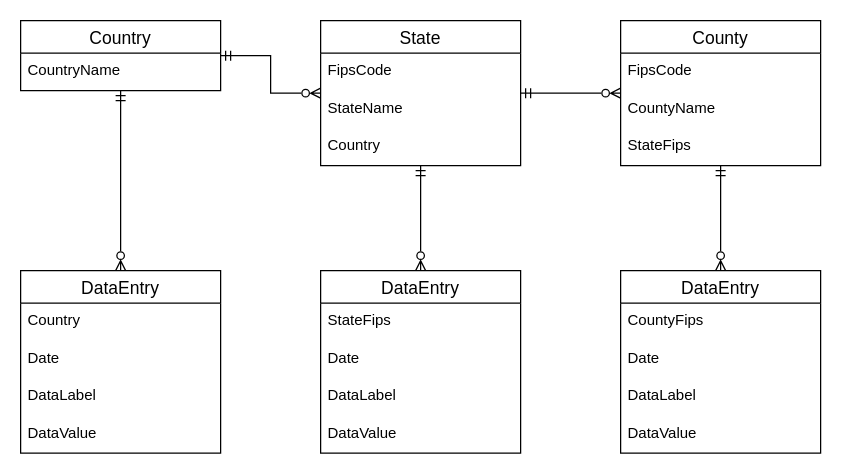
Above: diagrams/ER-Diagram.drawio in khal08/447T6Project (draw.io), before the change. Source tidied: cells renumbered, new cells numbered last; positions are measured from the earlier drawing's top-left corner, leaving out a move shared by most shapes. Both pictures are drawn from the tidied source at 125%, with x=0, y=0 at pixel (20, 20).
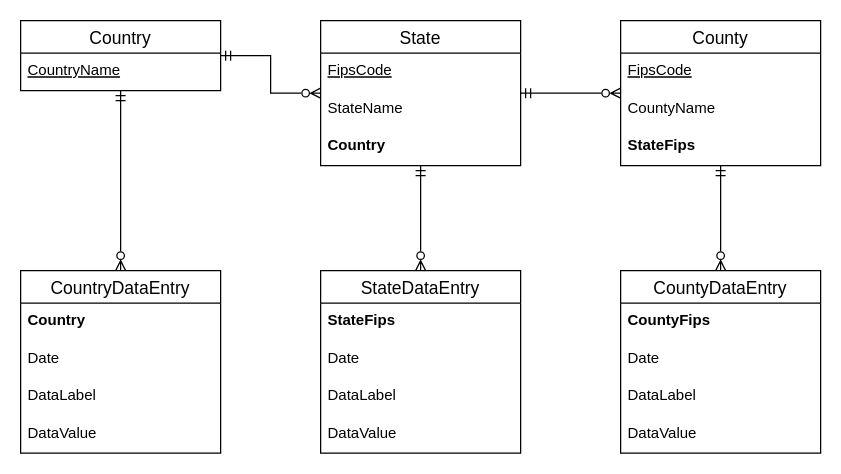
The same page after the edit.

Commit message (it also covers changes not shown here):
Updated ER diagram according to feedback from TA

Unchanged cells that the change refers to:
```xml
<mxCell id="4" value="Country" style="swimlane;fontStyle=0;horizontal=1;startSize=26;align=center;fontSize=14;" parent="1" vertex="1">
  <mxGeometry width="160" height="56" as="geometry" />
</mxCell>
<mxCell id="8" value="State" style="swimlane;fontStyle=0;horizontal=1;startSize=26;align=center;fontSize=14;" parent="1" vertex="1">
  <mxGeometry x="240" width="160" height="116" as="geometry" />
</mxCell>
<mxCell id="13" value="County" style="swimlane;fontStyle=0;horizontal=1;startSize=26;align=center;fontSize=14;" parent="1" vertex="1">
  <mxGeometry x="480" width="160" height="116" as="geometry" />
</mxCell>
```

What changed in the source:
```diff
@@
-    <mxCell id="5" value="CountryName" style="text;strokeColor=none;fillColor=none;spacingLeft=4;spacingRight=4;overflow=hidden;fontSize=12;" parent="4" vertex="1">
+    <mxCell id="5" value="CountryName" style="text;strokeColor=none;fillColor=none;spacingLeft=4;spacingRight=4;overflow=hidden;fontSize=12;fontStyle=4;" parent="4" vertex="1">
       <mxGeometry y="26" width="160" height="30" as="geometry" />
     </mxCell>
@@
-    <mxCell id="9" value="FipsCode" style="text;strokeColor=none;fillColor=none;spacingLeft=4;spacingRight=4;overflow=hidden;fontSize=12;" parent="8" vertex="1">
+    <mxCell id="9" value="FipsCode" style="text;strokeColor=none;fillColor=none;spacingLeft=4;spacingRight=4;overflow=hidden;fontSize=12;fontStyle=4;" parent="8" vertex="1">
       <mxGeometry y="26" width="160" height="30" as="geometry" />
     </mxCell>
@@
-    <mxCell id="11" value="Country" style="text;strokeColor=none;fillColor=none;spacingLeft=4;spacingRight=4;overflow=hidden;fontSize=12;" parent="8" vertex="1">
+    <mxCell id="11" value="Country" style="text;strokeColor=none;fillColor=none;spacingLeft=4;spacingRight=4;overflow=hidden;fontSize=12;fontStyle=1;" parent="8" vertex="1">
       <mxGeometry y="86" width="160" height="30" as="geometry" />
     </mxCell>
@@
-    <mxCell id="14" value="FipsCode" style="text;strokeColor=none;fillColor=none;spacingLeft=4;spacingRight=4;overflow=hidden;fontSize=12;" parent="13" vertex="1">
+    <mxCell id="14" value="FipsCode" style="text;strokeColor=none;fillColor=none;spacingLeft=4;spacingRight=4;overflow=hidden;fontSize=12;fontStyle=4;" parent="13" vertex="1">
       <mxGeometry y="26" width="160" height="30" as="geometry" />
     </mxCell>
@@
-    <mxCell id="16" value="StateFips" style="text;strokeColor=none;fillColor=none;spacingLeft=4;spacingRight=4;overflow=hidden;fontSize=12;" parent="13" vertex="1">
+    <mxCell id="16" value="StateFips" style="text;strokeColor=none;fillColor=none;spacingLeft=4;spacingRight=4;overflow=hidden;fontSize=12;fontStyle=1;" parent="13" vertex="1">
       <mxGeometry y="86" width="160" height="30" as="geometry" />
     </mxCell>
-    <mxCell id="17" value="DataEntry" style="swimlane;fontStyle=0;horizontal=1;startSize=26;align=center;fontSize=14;" parent="1" vertex="1">
+    <mxCell id="17" value="CountryDataEntry" style="swimlane;fontStyle=0;horizontal=1;startSize=26;align=center;fontSize=14;" parent="1" vertex="1">
       <mxGeometry y="200" width="160" height="146" as="geometry" />
     </mxCell>
-    <mxCell id="18" value="Country" style="text;strokeColor=none;fillColor=none;spacingLeft=4;spacingRight=4;overflow=hidden;fontSize=12;" parent="17" vertex="1">
+    <mxCell id="18" value="Country" style="text;strokeColor=none;fillColor=none;spacingLeft=4;spacingRight=4;overflow=hidden;fontSize=12;fontStyle=1;" parent="17" vertex="1">
       <mxGeometry y="26" width="160" height="30" as="geometry" />
     </mxCell>
@@
-    <mxCell id="22" value="DataEntry" style="swimlane;fontStyle=0;horizontal=1;startSize=26;align=center;fontSize=14;" parent="1" vertex="1">
+    <mxCell id="22" value="StateDataEntry" style="swimlane;fontStyle=0;horizontal=1;startSize=26;align=center;fontSize=14;" parent="1" vertex="1">
       <mxGeometry x="240" y="200" width="160" height="146" as="geometry" />
     </mxCell>
-    <mxCell id="23" value="StateFips" style="text;strokeColor=none;fillColor=none;spacingLeft=4;spacingRight=4;overflow=hidden;fontSize=12;" parent="22" vertex="1">
+    <mxCell id="23" value="StateFips" style="text;strokeColor=none;fillColor=none;spacingLeft=4;spacingRight=4;overflow=hidden;fontSize=12;fontStyle=1;" parent="22" vertex="1">
       <mxGeometry y="26" width="160" height="30" as="geometry" />
     </mxCell>
@@
-    <mxCell id="27" value="DataEntry" style="swimlane;fontStyle=0;horizontal=1;startSize=26;align=center;fontSize=14;" parent="1" vertex="1">
+    <mxCell id="27" value="CountyDataEntry" style="swimlane;fontStyle=0;horizontal=1;startSize=26;align=center;fontSize=14;" parent="1" vertex="1">
       <mxGeometry x="480" y="200" width="160" height="146" as="geometry" />
     </mxCell>
-    <mxCell id="28" value="CountyFips" style="text;strokeColor=none;fillColor=none;spacingLeft=4;spacingRight=4;overflow=hidden;fontSize=12;" parent="27" vertex="1">
+    <mxCell id="28" value="CountyFips" style="text;strokeColor=none;fillColor=none;spacingLeft=4;spacingRight=4;overflow=hidden;fontSize=12;fontStyle=1;" parent="27" vertex="1">
       <mxGeometry y="26" width="160" height="30" as="geometry" />
     </mxCell>
```
